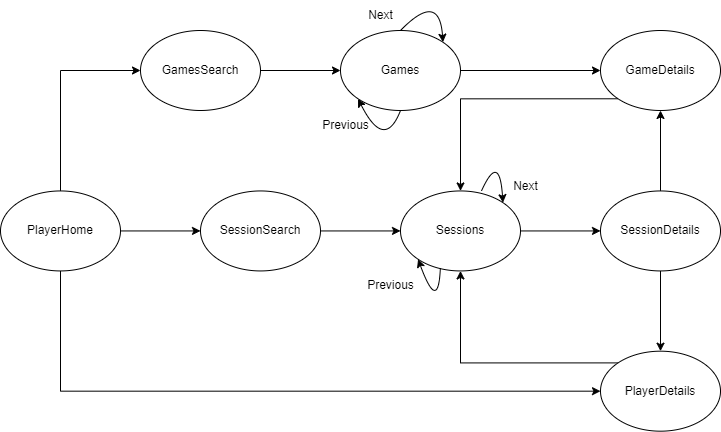
The draw.io diagram Docs/SPA/SPA.drawio.png in isel-leic-ls/2324-2-LEIC42D-G06, before a commit. Source tidied: cells renumbered, new cells last; positions are measured from the earlier drawing's top-left corner, leaving out a move shared by most shapes.
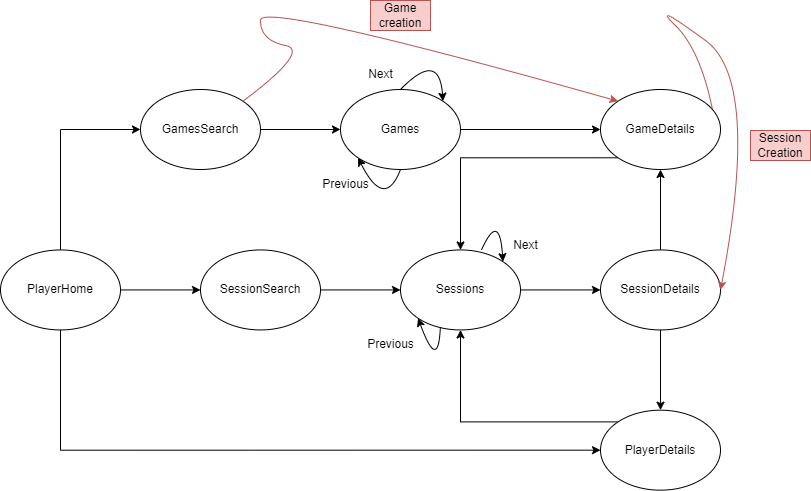
Above is the later version.

What changed in the source:
```diff
@@ -103,5 +103,29 @@
         </Array>
       </mxGeometry>
     </mxCell>
+    <mxCell id="29" style="curved=1;endArrow=classic;html=1;rounded=0;entryX=0;entryY=0;entryDx=0;entryDy=0;exitX=1;exitY=0;exitDx=0;exitDy=0;fillColor=#f8cecc;strokeColor=#b85450;" parent="1" edge="1" source="7" target="18">
+      <mxGeometry relative="1" as="geometry">
+        <Array as="points">
+          <mxPoint x="310" y="1" />
+          <mxPoint x="260" y="-9" />
+          <mxPoint x="260" y="-49" />
+        </Array>
+      </mxGeometry>
+    </mxCell>
+    <mxCell id="30" value="Game creation" style="text;html=1;align=center;verticalAlign=middle;whiteSpace=wrap;rounded=0;fillColor=#f8cecc;strokeColor=#b85450;" parent="1" vertex="1">
+      <mxGeometry x="370" y="-49" width="60" height="30" as="geometry" />
+    </mxCell>
+    <mxCell id="31" style="curved=1;endArrow=classic;html=1;rounded=0;exitX=0.933;exitY=0.25;exitDx=0;exitDy=0;exitPerimeter=0;entryX=1;entryY=0.5;entryDx=0;entryDy=0;fillColor=#f8cecc;strokeColor=#b85450;" parent="1" edge="1" source="18" target="14">
+      <mxGeometry relative="1" as="geometry">
+        <Array as="points">
+          <mxPoint x="700" y="1" />
+          <mxPoint x="650" y="-49" />
+          <mxPoint x="760" y="31" />
+        </Array>
+      </mxGeometry>
+    </mxCell>
+    <mxCell id="32" value="Session Creation" style="text;html=1;align=center;verticalAlign=middle;whiteSpace=wrap;rounded=0;fillColor=#f8cecc;strokeColor=#b85450;" parent="1" vertex="1">
+      <mxGeometry x="750" y="81" width="60" height="30" as="geometry" />
+    </mxCell>
   </root>
 </mxGraphModel>
```
